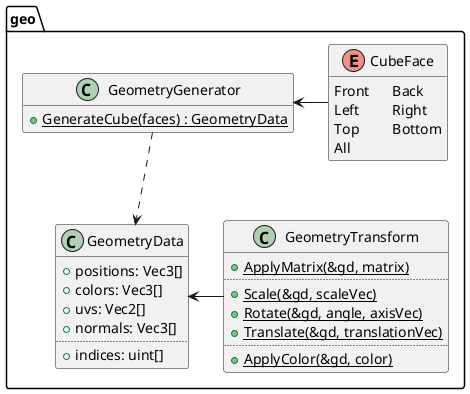
ba6er/marblemaze keeps this PlantUML diagram as design/shapes.png. Above is the earlier version. Its diagram source:
```plantuml
@startuml
set separator ::

enum geo::CubeFace {
	Front  	Back
	Left   	Right
	Top    	Bottom
	All
}
hide CubeFace methods

class geo::GeometryData {
	+positions: Vec3[]
	+colors: Vec3[]
	+uvs: Vec2[]
	+normals: Vec3[]
	..
	+indices: uint[]
}
hide GeometryData methods

class geo::GeometryGenerator {
	{static} +GenerateCube(faces) : GeometryData
}
hide GeometryGenerator fields

class geo::GeometryTransform {
	{static} +ApplyMatrix(&gd, matrix)
	..
	{static} +Scale(&gd, scaleVec)
	{static} +Rotate(&gd, angle, axisVec)
	{static} +Translate(&gd, translationVec)
	..
	{static} +ApplyColor(&gd, color)
}
hide GeometryTransform fields

GeometryGenerator <-right- CubeFace

GeometryData <.up. GeometryGenerator
GeometryData <-right- GeometryTransform

@enduml
```
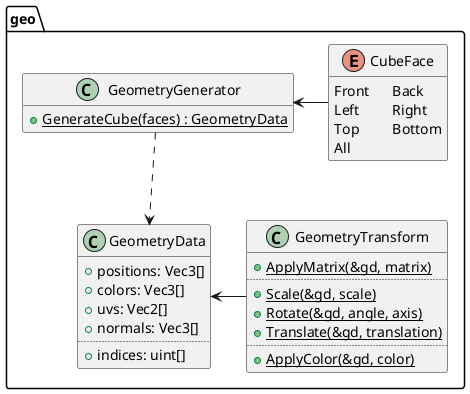
After the commit.

Commit message:
Cosmetic changes to UML, renamed thingVec to thing in math.puml and shapes.puml

The edit, as a diff of the source:
```diff
@@ -27,9 +27,9 @@
 class geo::GeometryTransform {
 	{static} +ApplyMatrix(&gd, matrix)
 	..
-	{static} +Scale(&gd, scaleVec)
-	{static} +Rotate(&gd, angle, axisVec)
-	{static} +Translate(&gd, translationVec)
+	{static} +Scale(&gd, scale)
+	{static} +Rotate(&gd, angle, axis)
+	{static} +Translate(&gd, translation)
 	..
 	{static} +ApplyColor(&gd, color)
 }
```
